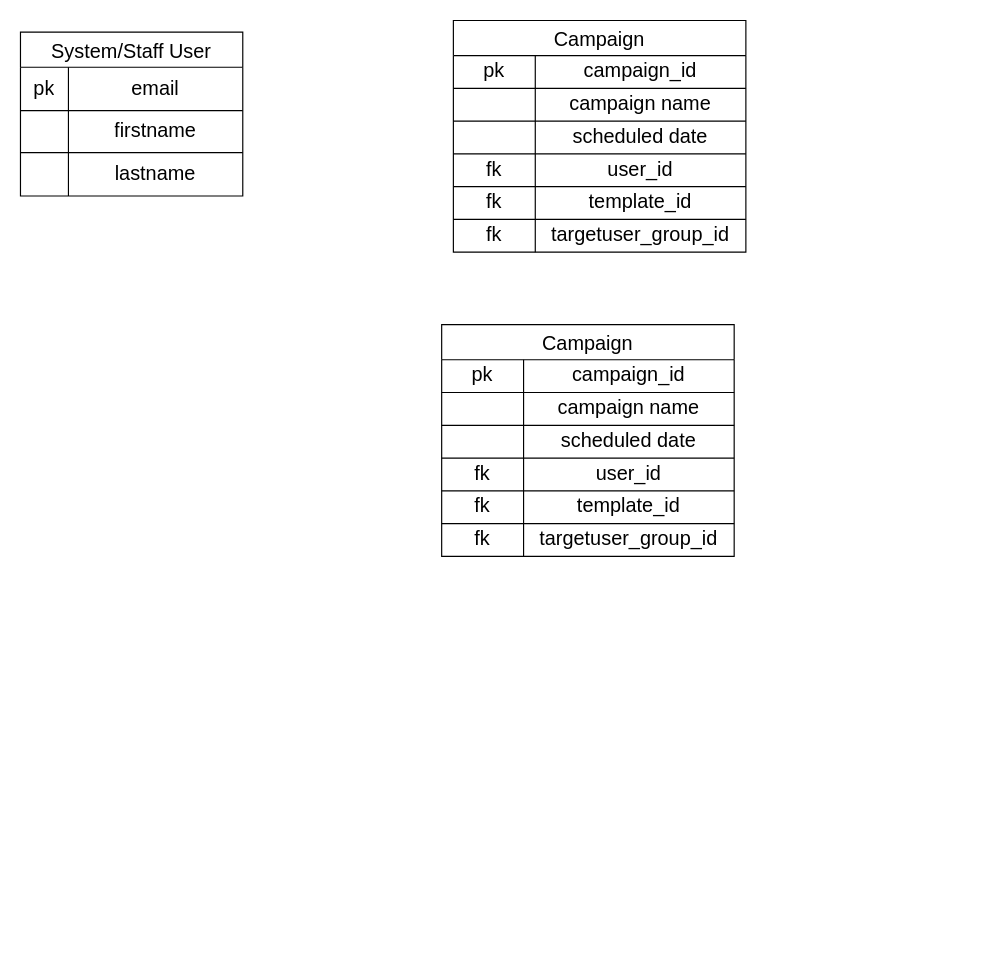
The draw.io diagram ischema.drawio in jonamadk/DrawIO, before the edit. Source tidied: cells renumbered, new cells numbered last; positions are measured from the earlier drawing's top-left corner, leaving out a move shared by most shapes. Both pictures are drawn from the tidied source at 117%, with x=0, y=0 at pixel (20, 20).
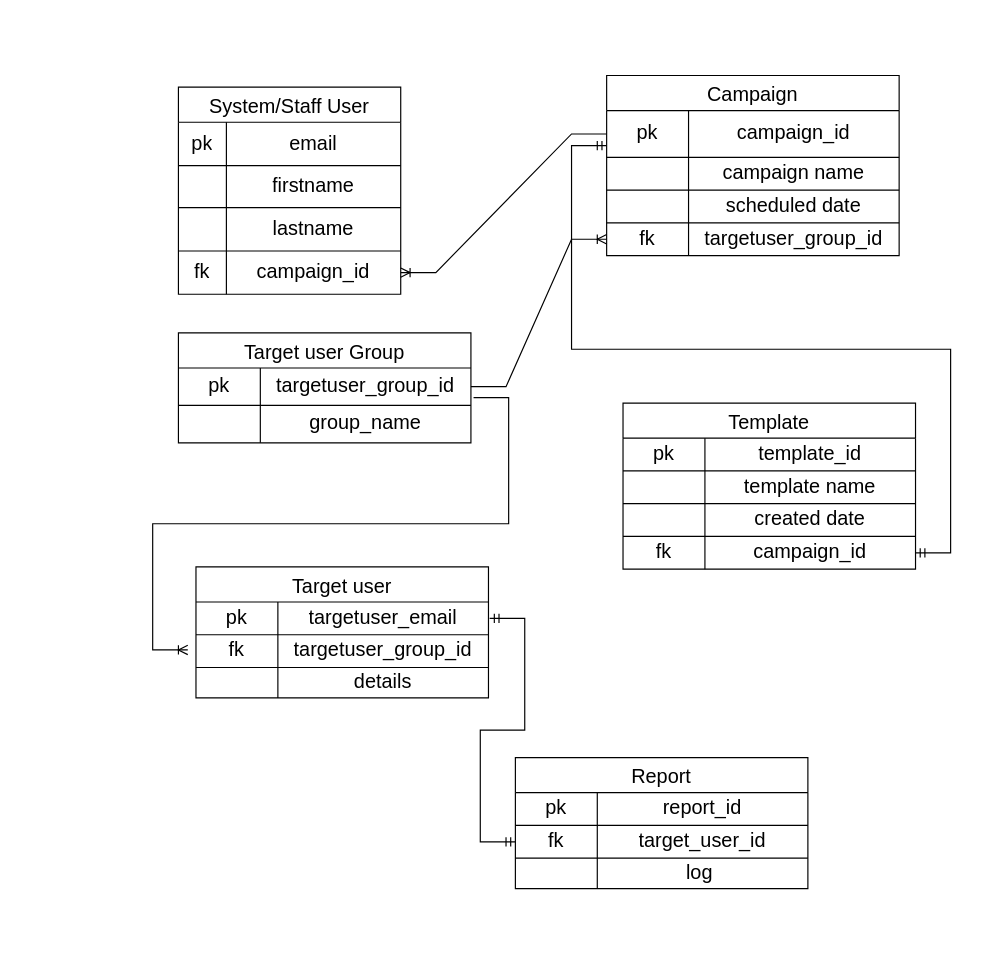
The same page after the edit.

Unchanged cells that the change refers to:
```xml
<mxCell id="32" style="shape=partialRectangle;fillColor=none;top=0;left=0;bottom=0;right=0;fontSize=17;" parent="31" vertex="1">
  <mxGeometry y="30" width="250" height="28" as="geometry" />
</mxCell>
<mxCell id="35" style="shape=partialRectangle;fillColor=none;top=0;left=0;bottom=0;right=0;fontSize=17;" parent="31" vertex="1">
  <mxGeometry y="58" width="250" height="28" as="geometry" />
</mxCell>
<mxCell id="38" style="shape=partialRectangle;fillColor=none;top=0;left=0;bottom=0;right=0;fontSize=17;" parent="31" vertex="1">
  <mxGeometry y="86" width="250" height="28" as="geometry" />
</mxCell>
```

Diff of the diagram source:
```diff
@@
+    <mxCell id="50" style="group;" parent="1" vertex="1">
+      <mxGeometry x="95" y="17" width="670" height="768" as="geometry" />
+    </mxCell>
-    <mxCell id="2" value="System/Staff User" style="shape=table;startSize=30;childLayout=tableLayout;fontSize=17;" parent="1" vertex="1">
-      <mxGeometry y="10" width="190" height="140" as="geometry" />
+    <mxCell id="2" value="System/Staff User" style="shape=table;startSize=30;childLayout=tableLayout;fontSize=17;" parent="50" vertex="1">
+      <mxGeometry x="40" y="40" width="190" height="177" as="geometry" />
     </mxCell>
@@
+    <mxCell id="51" style="shape=partialRectangle;fillColor=none;top=0;left=0;bottom=0;right=0;points=[[0,0.5],[1,0.5]];portConstraint=eastwest;fontSize=17;" parent="2" vertex="1">
+      <mxGeometry y="140" width="190" height="37" as="geometry" />
+    </mxCell>
+    <mxCell id="52" value="fk" style="shape=partialRectangle;html=1;whiteSpace=wrap;overflow=hidden;fillColor=none;top=0;left=0;bottom=0;right=0;fontSize=17;" parent="51" vertex="1">
+      <mxGeometry width="41" height="37" as="geometry" />
+    </mxCell>
+    <mxCell id="53" value="campaign_id" style="shape=partialRectangle;html=1;whiteSpace=wrap;overflow=hidden;fillColor=none;top=0;left=0;bottom=0;right=0;fontSize=17;" parent="51" vertex="1">
+      <mxGeometry x="41" width="149" height="37" as="geometry" />
+    </mxCell>
-    <mxCell id="12" value="Campaign" style="shape=table;startSize=30;childLayout=tableLayout;fontSize=17;" parent="1" vertex="1">
-      <mxGeometry x="370" width="250" height="198" as="geometry" />
+    <mxCell id="12" value="Campaign" style="shape=table;startSize=30;childLayout=tableLayout;fontSize=17;" parent="50" vertex="1">
+      <mxGeometry x="406" y="30" width="250" height="154" as="geometry" />
     </mxCell>
     <mxCell id="13" style="shape=partialRectangle;fillColor=none;top=0;left=0;bottom=0;right=0;points=[[0,0.5],[1,0.5]];portConstraint=eastwest;fontSize=17;" parent="12" vertex="1">
-      <mxGeometry y="30" width="250" height="28" as="geometry" />
+      <mxGeometry y="30" width="250" height="40" as="geometry" />
     </mxCell>
     <mxCell id="14" value="pk" style="shape=partialRectangle;html=1;whiteSpace=wrap;overflow=hidden;fillColor=none;top=0;left=0;bottom=0;right=0;fontSize=17;" parent="13" vertex="1">
-      <mxGeometry width="70" height="28" as="geometry" />
+      <mxGeometry width="70" height="40" as="geometry" />
     </mxCell>
     <mxCell id="15" value="campaign_id" style="shape=partialRectangle;html=1;whiteSpace=wrap;overflow=hidden;fillColor=none;top=0;left=0;bottom=0;right=0;fontSize=17;" parent="13" vertex="1">
-      <mxGeometry x="70" width="180" height="28" as="geometry" />
+      <mxGeometry x="70" width="180" height="40" as="geometry" />
     </mxCell>
     <mxCell id="16" style="shape=partialRectangle;fillColor=none;top=0;left=0;bottom=0;right=0;fontSize=17;" parent="12" vertex="1">
-      <mxGeometry y="58" width="250" height="28" as="geometry" />
+      <mxGeometry y="70" width="250" height="28" as="geometry" />
     </mxCell>
@@
     <mxCell id="19" style="shape=partialRectangle;fillColor=none;top=0;left=0;bottom=0;right=0;fontSize=17;" parent="12" vertex="1">
-      <mxGeometry y="86" width="250" height="28" as="geometry" />
+      <mxGeometry y="98" width="250" height="28" as="geometry" />
     </mxCell>
@@
-    <mxCell id="22" style="shape=partialRectangle;fillColor=none;top=0;left=0;bottom=0;right=0;fontSize=17;" parent="12" vertex="1">
-      <mxGeometry y="114" width="250" height="28" as="geometry" />
-    </mxCell>
-    <mxCell id="23" value="fk" style="shape=partialRectangle;html=1;whiteSpace=wrap;overflow=hidden;fillColor=none;top=0;left=0;bottom=0;right=0;fontSize=17;" parent="22" vertex="1">
-      <mxGeometry width="70" height="28" as="geometry" />
-    </mxCell>
-    <mxCell id="24" value="user_id" style="shape=partialRectangle;html=1;whiteSpace=wrap;overflow=hidden;fillColor=none;top=0;left=0;bottom=0;right=0;fontSize=17;" parent="22" vertex="1">
-      <mxGeometry x="70" width="180" height="28" as="geometry" />
-    </mxCell>
-    <mxCell id="25" style="shape=partialRectangle;fillColor=none;top=0;left=0;bottom=0;right=0;fontSize=17;" parent="12" vertex="1">
-      <mxGeometry y="142" width="250" height="28" as="geometry" />
-    </mxCell>
-    <mxCell id="26" value="fk" style="shape=partialRectangle;html=1;whiteSpace=wrap;overflow=hidden;fillColor=none;top=0;left=0;bottom=0;right=0;fontSize=17;" parent="25" vertex="1">
-      <mxGeometry width="70" height="28" as="geometry" />
-    </mxCell>
-    <mxCell id="27" value="template_id" style="shape=partialRectangle;html=1;whiteSpace=wrap;overflow=hidden;fillColor=none;top=0;left=0;bottom=0;right=0;fontSize=17;" parent="25" vertex="1">
-      <mxGeometry x="70" width="180" height="28" as="geometry" />
-    </mxCell>
     <mxCell id="28" style="shape=partialRectangle;fillColor=none;top=0;left=0;bottom=0;right=0;points=[[0,0.5],[1,0.5]];portConstraint=eastwest;fontSize=17;" parent="12" vertex="1">
-      <mxGeometry y="170" width="250" height="28" as="geometry" />
+      <mxGeometry y="126" width="250" height="28" as="geometry" />
     </mxCell>
@@
-    <mxCell id="31" value="Campaign" style="shape=table;startSize=30;childLayout=tableLayout;fontSize=17;" parent="1" vertex="1">
-      <mxGeometry x="360" y="260" width="250" height="198" as="geometry" />
+    <mxCell id="31" value="Template" style="shape=table;startSize=30;childLayout=tableLayout;fontSize=17;" parent="50" vertex="1">
+      <mxGeometry x="420" y="310" width="250" height="142" as="geometry" />
     </mxCell>
@@
-    <mxCell id="34" value="campaign_id" style="shape=partialRectangle;html=1;whiteSpace=wrap;overflow=hidden;fillColor=none;top=0;left=0;bottom=0;right=0;fontSize=17;" parent="32" vertex="1">
+    <mxCell id="34" value="template_id" style="shape=partialRectangle;html=1;whiteSpace=wrap;overflow=hidden;fillColor=none;top=0;left=0;bottom=0;right=0;fontSize=17;" parent="32" vertex="1">
       <mxGeometry x="70" width="180" height="28" as="geometry" />
     </mxCell>
@@
-    <mxCell id="37" value="campaign name" style="shape=partialRectangle;html=1;whiteSpace=wrap;overflow=hidden;fillColor=none;top=0;left=0;bottom=0;right=0;fontSize=17;" parent="35" vertex="1">
+    <mxCell id="37" value="template name" style="shape=partialRectangle;html=1;whiteSpace=wrap;overflow=hidden;fillColor=none;top=0;left=0;bottom=0;right=0;fontSize=17;" parent="35" vertex="1">
       <mxGeometry x="70" width="180" height="28" as="geometry" />
     </mxCell>
@@
-    <mxCell id="40" value="scheduled date" style="shape=partialRectangle;html=1;whiteSpace=wrap;overflow=hidden;fillColor=none;top=0;left=0;bottom=0;right=0;fontSize=17;" parent="38" vertex="1">
+    <mxCell id="40" value="created date" style="shape=partialRectangle;html=1;whiteSpace=wrap;overflow=hidden;fillColor=none;top=0;left=0;bottom=0;right=0;fontSize=17;" parent="38" vertex="1">
       <mxGeometry x="70" width="180" height="28" as="geometry" />
     </mxCell>
-    <mxCell id="41" style="shape=partialRectangle;fillColor=none;top=0;left=0;bottom=0;right=0;fontSize=17;" parent="31" vertex="1">
-      <mxGeometry y="114" width="250" height="28" as="geometry" />
-    </mxCell>
-    <mxCell id="42" value="fk" style="shape=partialRectangle;html=1;whiteSpace=wrap;overflow=hidden;fillColor=none;top=0;left=0;bottom=0;right=0;fontSize=17;" parent="41" vertex="1">
-      <mxGeometry width="70" height="28" as="geometry" />
-    </mxCell>
-    <mxCell id="43" value="user_id" style="shape=partialRectangle;html=1;whiteSpace=wrap;overflow=hidden;fillColor=none;top=0;left=0;bottom=0;right=0;fontSize=17;" parent="41" vertex="1">
-      <mxGeometry x="70" width="180" height="28" as="geometry" />
-    </mxCell>
-    <mxCell id="44" style="shape=partialRectangle;fillColor=none;top=0;left=0;bottom=0;right=0;fontSize=17;" parent="31" vertex="1">
-      <mxGeometry y="142" width="250" height="28" as="geometry" />
-    </mxCell>
-    <mxCell id="45" value="fk" style="shape=partialRectangle;html=1;whiteSpace=wrap;overflow=hidden;fillColor=none;top=0;left=0;bottom=0;right=0;fontSize=17;" parent="44" vertex="1">
-      <mxGeometry width="70" height="28" as="geometry" />
-    </mxCell>
-    <mxCell id="46" value="template_id" style="shape=partialRectangle;html=1;whiteSpace=wrap;overflow=hidden;fillColor=none;top=0;left=0;bottom=0;right=0;fontSize=17;" parent="44" vertex="1">
-      <mxGeometry x="70" width="180" height="28" as="geometry" />
-    </mxCell>
-    <mxCell id="47" style="shape=partialRectangle;fillColor=none;top=0;left=0;bottom=0;right=0;fontSize=17;" parent="31" vertex="1">
-      <mxGeometry y="170" width="250" height="28" as="geometry" />
-    </mxCell>
-    <mxCell id="48" value="fk" style="shape=partialRectangle;html=1;whiteSpace=wrap;overflow=hidden;fillColor=none;top=0;left=0;bottom=0;right=0;fontSize=17;" parent="47" vertex="1">
-      <mxGeometry width="70" height="28" as="geometry" />
-    </mxCell>
+    <mxCell id="54" style="shape=partialRectangle;fillColor=none;top=0;left=0;bottom=0;right=0;points=[[0,0.5],[1,0.5]];portConstraint=eastwest;fontSize=17;" parent="31" vertex="1">
+      <mxGeometry y="114" width="250" height="28" as="geometry" />
+    </mxCell>
+    <mxCell id="55" value="fk" style="shape=partialRectangle;html=1;whiteSpace=wrap;overflow=hidden;fillColor=none;top=0;left=0;bottom=0;right=0;fontSize=17;" parent="54" vertex="1">
+      <mxGeometry width="70" height="28" as="geometry" />
+    </mxCell>
+    <mxCell id="56" value="campaign_id" style="shape=partialRectangle;html=1;whiteSpace=wrap;overflow=hidden;fillColor=none;top=0;left=0;bottom=0;right=0;fontSize=17;" parent="54" vertex="1">
+      <mxGeometry x="70" width="180" height="28" as="geometry" />
+    </mxCell>
+    <mxCell id="57" value="Target user Group" style="shape=table;startSize=30;childLayout=tableLayout;fontSize=17;" parent="50" vertex="1">
+      <mxGeometry x="40" y="250" width="250" height="94" as="geometry" />
+    </mxCell>
+    <mxCell id="58" style="shape=partialRectangle;fillColor=none;top=0;left=0;bottom=0;right=0;points=[[0,0.5],[1,0.5]];portConstraint=eastwest;fontSize=17;" parent="57" vertex="1">
+      <mxGeometry y="30" width="250" height="32" as="geometry" />
+    </mxCell>
+    <mxCell id="59" value="pk" style="shape=partialRectangle;html=1;whiteSpace=wrap;overflow=hidden;fillColor=none;top=0;left=0;bottom=0;right=0;fontSize=17;" parent="58" vertex="1">
+      <mxGeometry width="70" height="32" as="geometry" />
+    </mxCell>
+    <mxCell id="60" value="targetuser_group_id" style="shape=partialRectangle;html=1;whiteSpace=wrap;overflow=hidden;fillColor=none;top=0;left=0;bottom=0;right=0;fontSize=17;" parent="58" vertex="1">
+      <mxGeometry x="70" width="180" height="32" as="geometry" />
+    </mxCell>
+    <mxCell id="61" style="shape=partialRectangle;fillColor=none;top=0;left=0;bottom=0;right=0;fontSize=17;" parent="57" vertex="1">
+      <mxGeometry y="62" width="250" height="32" as="geometry" />
+    </mxCell>
+    <mxCell id="62" style="shape=partialRectangle;html=1;whiteSpace=wrap;overflow=hidden;fillColor=none;top=0;left=0;bottom=0;right=0;fontSize=17;" parent="61" vertex="1">
+      <mxGeometry width="70" height="32" as="geometry" />
+    </mxCell>
+    <mxCell id="63" value="group_name" style="shape=partialRectangle;html=1;whiteSpace=wrap;overflow=hidden;fillColor=none;top=0;left=0;bottom=0;right=0;fontSize=17;" parent="61" vertex="1">
+      <mxGeometry x="70" width="180" height="32" as="geometry" />
+    </mxCell>
+    <mxCell id="64" value="Target user" style="shape=table;startSize=30;childLayout=tableLayout;fontSize=17;" parent="50" vertex="1">
+      <mxGeometry x="55" y="450" width="250" height="112" as="geometry" />
+    </mxCell>
+    <mxCell id="65" style="shape=partialRectangle;fillColor=none;top=0;left=0;bottom=0;right=0;fontSize=17;" parent="64" vertex="1">
+      <mxGeometry y="30" width="250" height="28" as="geometry" />
+    </mxCell>
+    <mxCell id="66" value="pk" style="shape=partialRectangle;html=1;whiteSpace=wrap;overflow=hidden;fillColor=none;top=0;left=0;bottom=0;right=0;fontSize=17;" parent="65" vertex="1">
+      <mxGeometry width="70" height="28" as="geometry" />
+    </mxCell>
+    <mxCell id="67" value="targetuser_email" style="shape=partialRectangle;html=1;whiteSpace=wrap;overflow=hidden;fillColor=none;top=0;left=0;bottom=0;right=0;fontSize=17;" parent="65" vertex="1">
+      <mxGeometry x="70" width="180" height="28" as="geometry" />
+    </mxCell>
+    <mxCell id="68" style="shape=partialRectangle;fillColor=none;top=0;left=0;bottom=0;right=0;fontSize=17;" parent="64" vertex="1">
+      <mxGeometry y="58" width="250" height="28" as="geometry" />
+    </mxCell>
+    <mxCell id="69" value="fk" style="shape=partialRectangle;html=1;whiteSpace=wrap;overflow=hidden;fillColor=none;top=0;left=0;bottom=0;right=0;fontSize=17;" parent="68" vertex="1">
+      <mxGeometry width="70" height="28" as="geometry" />
+    </mxCell>
-    <mxCell id="49" value="targetuser_group_id" style="shape=partialRectangle;html=1;whiteSpace=wrap;overflow=hidden;fillColor=none;top=0;left=0;bottom=0;right=0;fontSize=17;" parent="47" vertex="1">
+    <mxCell id="49" value="targetuser_group_id" style="shape=partialRectangle;html=1;whiteSpace=wrap;overflow=hidden;fillColor=none;top=0;left=0;bottom=0;right=0;fontSize=17;" parent="68" vertex="1">
       <mxGeometry x="70" width="180" height="28" as="geometry" />
     </mxCell>
+    <mxCell id="70" style="shape=partialRectangle;fillColor=none;top=0;left=0;bottom=0;right=0;fontSize=17;" parent="64" vertex="1">
+      <mxGeometry y="86" width="250" height="26" as="geometry" />
+    </mxCell>
+    <mxCell id="71" style="shape=partialRectangle;html=1;whiteSpace=wrap;overflow=hidden;fillColor=none;top=0;left=0;bottom=0;right=0;fontSize=17;" parent="70" vertex="1">
+      <mxGeometry width="70" height="26" as="geometry" />
+    </mxCell>
+    <mxCell id="72" value="details" style="shape=partialRectangle;html=1;whiteSpace=wrap;overflow=hidden;fillColor=none;top=0;left=0;bottom=0;right=0;fontSize=17;" parent="70" vertex="1">
+      <mxGeometry x="70" width="180" height="26" as="geometry" />
+    </mxCell>
+    <mxCell id="73" value="Report" style="shape=table;startSize=30;childLayout=tableLayout;fontSize=17;" parent="50" vertex="1">
+      <mxGeometry x="328" y="613" width="250" height="112" as="geometry" />
+    </mxCell>
+    <mxCell id="74" style="shape=partialRectangle;fillColor=none;top=0;left=0;bottom=0;right=0;fontSize=17;" parent="73" vertex="1">
+      <mxGeometry y="30" width="250" height="28" as="geometry" />
+    </mxCell>
+    <mxCell id="75" value="pk" style="shape=partialRectangle;html=1;whiteSpace=wrap;overflow=hidden;fillColor=none;top=0;left=0;bottom=0;right=0;fontSize=17;" parent="74" vertex="1">
+      <mxGeometry width="70" height="28" as="geometry" />
+    </mxCell>
+    <mxCell id="76" value="report_id" style="shape=partialRectangle;html=1;whiteSpace=wrap;overflow=hidden;fillColor=none;top=0;left=0;bottom=0;right=0;fontSize=17;" parent="74" vertex="1">
+      <mxGeometry x="70" width="180" height="28" as="geometry" />
+    </mxCell>
+    <mxCell id="77" style="shape=partialRectangle;fillColor=none;top=0;left=0;bottom=0;right=0;points=[[0,0.5],[1,0.5]];portConstraint=eastwest;fontSize=17;" parent="73" vertex="1">
+      <mxGeometry y="58" width="250" height="28" as="geometry" />
+    </mxCell>
+    <mxCell id="78" value="fk" style="shape=partialRectangle;html=1;whiteSpace=wrap;overflow=hidden;fillColor=none;top=0;left=0;bottom=0;right=0;fontSize=17;" parent="77" vertex="1">
+      <mxGeometry width="70" height="28" as="geometry" />
+    </mxCell>
+    <mxCell id="79" value="target_user_id" style="shape=partialRectangle;html=1;whiteSpace=wrap;overflow=hidden;fillColor=none;top=0;left=0;bottom=0;right=0;fontSize=17;" parent="77" vertex="1">
+      <mxGeometry x="70" width="180" height="28" as="geometry" />
+    </mxCell>
+    <mxCell id="80" style="shape=partialRectangle;fillColor=none;top=0;left=0;bottom=0;right=0;fontSize=17;" parent="73" vertex="1">
+      <mxGeometry y="86" width="250" height="26" as="geometry" />
+    </mxCell>
+    <mxCell id="81" style="shape=partialRectangle;html=1;whiteSpace=wrap;overflow=hidden;fillColor=none;top=0;left=0;bottom=0;right=0;fontSize=17;" parent="80" vertex="1">
+      <mxGeometry width="70" height="26" as="geometry" />
+    </mxCell>
+    <mxCell id="82" value="log&amp;nbsp;" style="shape=partialRectangle;html=1;whiteSpace=wrap;overflow=hidden;fillColor=none;top=0;left=0;bottom=0;right=0;fontSize=17;" parent="80" vertex="1">
+      <mxGeometry x="70" width="180" height="26" as="geometry" />
+    </mxCell>
+    <mxCell id="83" style="edgeStyle=entityRelationEdgeStyle;fontSize=12;html=1;endArrow=ERmandOne;startArrow=ERmandOne;rounded=0;" parent="50" edge="1" source="54">
+      <mxGeometry relative="1" as="geometry">
+        <mxPoint x="406" y="90" as="targetPoint" />
+      </mxGeometry>
+    </mxCell>
+    <mxCell id="84" style="edgeStyle=entityRelationEdgeStyle;fontSize=12;html=1;endArrow=ERoneToMany;rounded=0;entryX=0;entryY=0.5;entryDx=0;entryDy=0;exitX=1;exitY=0.5;exitDx=0;exitDy=0;" parent="50" edge="1" source="58" target="28">
+      <mxGeometry relative="1" as="geometry" />
+    </mxCell>
+    <mxCell id="85" style="edgeStyle=entityRelationEdgeStyle;fontSize=12;html=1;endArrow=ERoneToMany;rounded=0;exitX=1.009;exitY=0.792;exitDx=0;exitDy=0;exitPerimeter=0;" parent="50" edge="1" source="58">
+      <mxGeometry relative="1" as="geometry">
+        <mxPoint x="48" y="521" as="targetPoint" />
+      </mxGeometry>
+    </mxCell>
+    <mxCell id="86" style="edgeStyle=entityRelationEdgeStyle;fontSize=12;html=1;endArrow=ERmandOne;startArrow=ERmandOne;rounded=0;entryX=0;entryY=0.5;entryDx=0;entryDy=0;" parent="50" edge="1" target="77">
+      <mxGeometry relative="1" as="geometry">
+        <mxPoint x="306" y="494" as="sourcePoint" />
+      </mxGeometry>
+    </mxCell>
+    <mxCell id="87" style="edgeStyle=entityRelationEdgeStyle;fontSize=12;html=1;endArrow=ERoneToMany;rounded=0;entryX=1;entryY=0.5;entryDx=0;entryDy=0;" parent="50" edge="1" source="13" target="51">
+      <mxGeometry relative="1" as="geometry" />
+    </mxCell>
```
